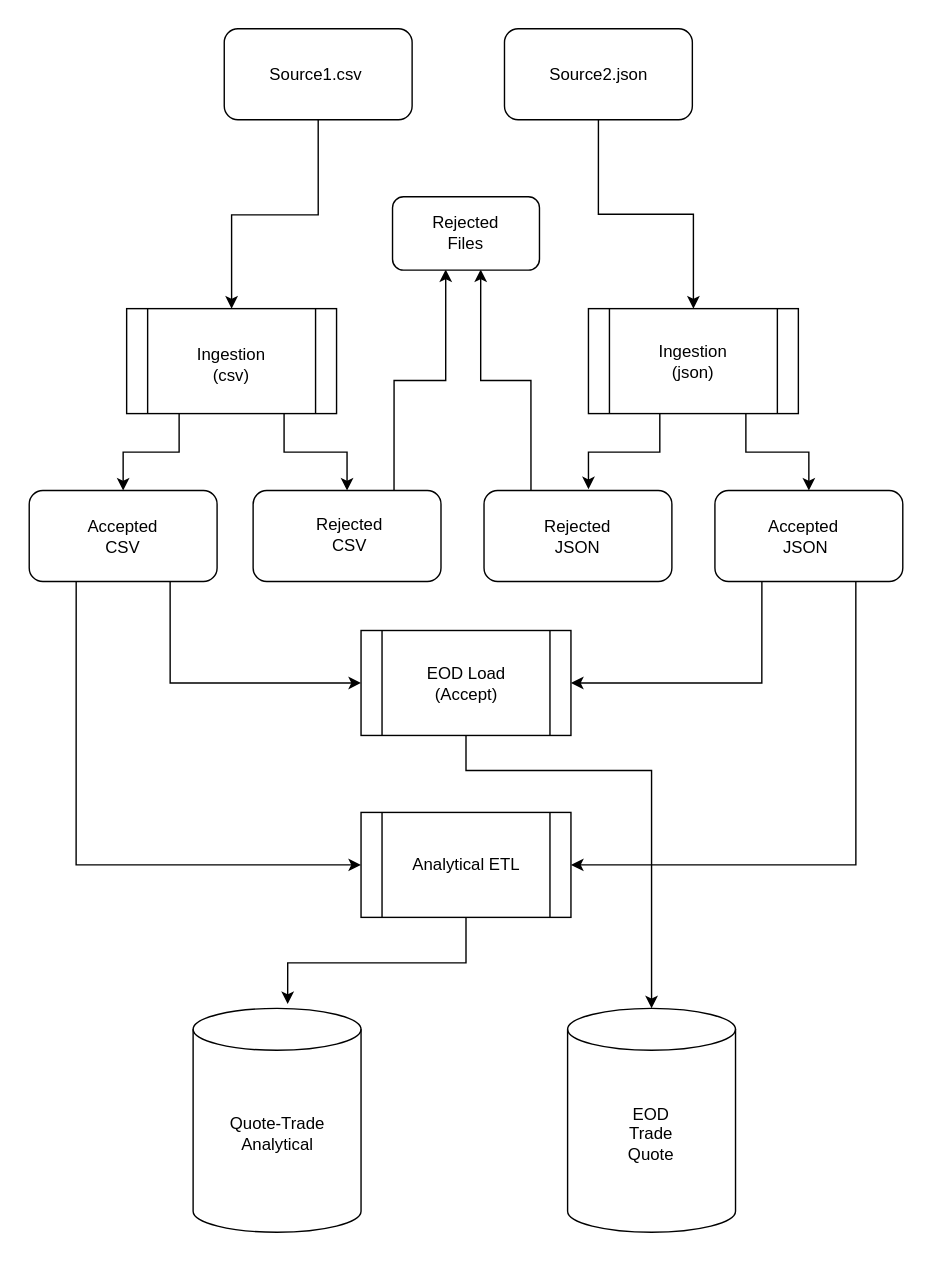
Earlier version of the draw.io export diagrams/architecture/spring_capital_arch_flow.svg (jwittbold/spring_capital). Source tidied: cells renumbered, new cells last; positions are measured from the earlier drawing's top-left corner, leaving out a move shared by most shapes. Source of this version:
```xml
<mxGraphModel>
  <root>
    <mxCell id="0" />
    <mxCell id="1" parent="0" />
    <mxCell id="2" style="edgeStyle=orthogonalEdgeStyle;rounded=0;jettySize=auto;html=1;exitX=0.5;exitY=1;exitDx=0;exitDy=0;entryX=0.563;entryY=-0.019;entryDx=0;entryDy=0;entryPerimeter=0;" parent="1" edge="1" source="3" target="13">
      <mxGeometry relative="1" as="geometry" />
    </mxCell>
    <mxCell id="3" style="shape=process;whiteSpace=wrap;html=1;backgroundOutline=1;" parent="1" vertex="1">
      <mxGeometry x="237.5" y="560" width="150" height="75" as="geometry" />
    </mxCell>
    <mxCell id="4" style="edgeStyle=orthogonalEdgeStyle;rounded=0;jettySize=auto;html=1;exitX=0.5;exitY=1;exitDx=0;exitDy=0;entryX=0.5;entryY=0;entryDx=0;entryDy=0;entryPerimeter=0;" parent="1" edge="1" source="5" target="12">
      <mxGeometry relative="1" as="geometry">
        <Array as="points">
          <mxPoint x="313" y="530" />
          <mxPoint x="445" y="530" />
        </Array>
      </mxGeometry>
    </mxCell>
    <mxCell id="5" style="shape=process;whiteSpace=wrap;html=1;backgroundOutline=1;" parent="1" vertex="1">
      <mxGeometry x="237.5" y="430" width="150" height="75" as="geometry" />
    </mxCell>
    <mxCell id="6" style="edgeStyle=orthogonalEdgeStyle;rounded=0;jettySize=auto;html=1;exitX=0.25;exitY=1;exitDx=0;exitDy=0;entryX=0.5;entryY=0;entryDx=0;entryDy=0;" parent="1" edge="1" source="8" target="20">
      <mxGeometry relative="1" as="geometry" />
    </mxCell>
    <mxCell id="7" style="edgeStyle=orthogonalEdgeStyle;rounded=0;jettySize=auto;html=1;exitX=0.75;exitY=1;exitDx=0;exitDy=0;entryX=0.5;entryY=0;entryDx=0;entryDy=0;" parent="1" edge="1" source="8" target="23">
      <mxGeometry relative="1" as="geometry" />
    </mxCell>
    <mxCell id="8" style="shape=process;whiteSpace=wrap;html=1;backgroundOutline=1;" parent="1" vertex="1">
      <mxGeometry x="70" y="200" width="150" height="75" as="geometry" />
    </mxCell>
    <mxCell id="9" style="edgeStyle=orthogonalEdgeStyle;rounded=0;jettySize=auto;html=1;exitX=0.34;exitY=1;exitDx=0;exitDy=0;entryX=0.556;entryY=-0.015;entryDx=0;entryDy=0;exitPerimeter=0;entryPerimeter=0;" parent="1" edge="1" source="11" target="30">
      <mxGeometry relative="1" as="geometry" />
    </mxCell>
    <mxCell id="10" style="edgeStyle=orthogonalEdgeStyle;rounded=0;jettySize=auto;html=1;exitX=0.75;exitY=1;exitDx=0;exitDy=0;entryX=0.5;entryY=0;entryDx=0;entryDy=0;" parent="1" edge="1" source="11" target="27">
      <mxGeometry relative="1" as="geometry" />
    </mxCell>
    <mxCell id="11" style="shape=process;whiteSpace=wrap;html=1;backgroundOutline=1;" parent="1" vertex="1">
      <mxGeometry x="400" y="200" width="150" height="75" as="geometry" />
    </mxCell>
    <mxCell id="12" style="shape=cylinder3;whiteSpace=wrap;html=1;boundedLbl=1;backgroundOutline=1;size=15;" parent="1" vertex="1">
      <mxGeometry x="385.1" y="700" width="120" height="160" as="geometry" />
    </mxCell>
    <mxCell id="13" style="shape=cylinder3;whiteSpace=wrap;html=1;boundedLbl=1;backgroundOutline=1;size=15;" parent="1" vertex="1">
      <mxGeometry x="117.5" y="700" width="120" height="160" as="geometry" />
    </mxCell>
    <mxCell id="14" value="Analytical ETL" style="text;html=1;strokeColor=none;fillColor=none;align=center;verticalAlign=middle;whiteSpace=wrap;rounded=0;" parent="1" vertex="1">
      <mxGeometry x="252.5" y="568" width="120" height="60" as="geometry" />
    </mxCell>
    <mxCell id="15" value="EOD Load&lt;br&gt;(Accept)" style="text;html=1;strokeColor=none;fillColor=none;align=center;verticalAlign=middle;whiteSpace=wrap;rounded=0;" parent="1" vertex="1">
      <mxGeometry x="252.5" y="437.5" width="120" height="60" as="geometry" />
    </mxCell>
    <mxCell id="16" value="Ingestion&lt;br&gt;(csv)" style="text;html=1;strokeColor=none;fillColor=none;align=center;verticalAlign=middle;whiteSpace=wrap;rounded=0;" parent="1" vertex="1">
      <mxGeometry x="85" y="210" width="120" height="60" as="geometry" />
    </mxCell>
    <mxCell id="17" value="Ingestion&lt;br&gt;(json)" style="text;html=1;strokeColor=none;fillColor=none;align=center;verticalAlign=middle;whiteSpace=wrap;rounded=0;" parent="1" vertex="1">
      <mxGeometry x="415" y="207.5" width="120" height="60" as="geometry" />
    </mxCell>
    <mxCell id="18" style="edgeStyle=orthogonalEdgeStyle;rounded=0;jettySize=auto;html=1;exitX=0.25;exitY=1;exitDx=0;exitDy=0;entryX=0;entryY=0.5;entryDx=0;entryDy=0;" parent="1" edge="1" source="20" target="3">
      <mxGeometry relative="1" as="geometry" />
    </mxCell>
    <mxCell id="19" style="edgeStyle=orthogonalEdgeStyle;rounded=0;jettySize=auto;html=1;exitX=0.75;exitY=1;exitDx=0;exitDy=0;entryX=0;entryY=0.5;entryDx=0;entryDy=0;" parent="1" edge="1" source="20" target="5">
      <mxGeometry relative="1" as="geometry" />
    </mxCell>
    <mxCell id="20" style="rounded=1;whiteSpace=wrap;html=1;" parent="1" vertex="1">
      <mxGeometry x="0.4" y="330" width="134.2" height="65" as="geometry" />
    </mxCell>
    <mxCell id="21" value="Accepted&lt;br&gt;CSV" style="text;html=1;strokeColor=none;fillColor=none;align=center;verticalAlign=middle;whiteSpace=wrap;rounded=0;" parent="1" vertex="1">
      <mxGeometry x="17" y="337.2" width="101" height="50.5" as="geometry" />
    </mxCell>
    <mxCell id="22" style="edgeStyle=orthogonalEdgeStyle;rounded=0;jettySize=auto;html=1;exitX=0.75;exitY=0;exitDx=0;exitDy=0;entryX=0.362;entryY=0.99;entryDx=0;entryDy=0;entryPerimeter=0;" parent="1" edge="1" source="23" target="33">
      <mxGeometry relative="1" as="geometry" />
    </mxCell>
    <mxCell id="23" style="rounded=1;whiteSpace=wrap;html=1;" parent="1" vertex="1">
      <mxGeometry x="160.4" y="330" width="134.2" height="65" as="geometry" />
    </mxCell>
    <mxCell id="24" value="Rejected&lt;br&gt;CSV" style="text;html=1;strokeColor=none;fillColor=none;align=center;verticalAlign=middle;whiteSpace=wrap;rounded=0;" parent="1" vertex="1">
      <mxGeometry x="179" y="337" width="101" height="50.5" as="geometry" />
    </mxCell>
    <mxCell id="25" style="edgeStyle=orthogonalEdgeStyle;rounded=0;jettySize=auto;html=1;exitX=0.75;exitY=1;exitDx=0;exitDy=0;entryX=1;entryY=0.5;entryDx=0;entryDy=0;" parent="1" edge="1" source="27" target="3">
      <mxGeometry relative="1" as="geometry" />
    </mxCell>
    <mxCell id="26" style="edgeStyle=orthogonalEdgeStyle;rounded=0;jettySize=auto;html=1;exitX=0.25;exitY=1;exitDx=0;exitDy=0;entryX=1;entryY=0.5;entryDx=0;entryDy=0;" parent="1" edge="1" source="27" target="5">
      <mxGeometry relative="1" as="geometry">
        <Array as="points">
          <mxPoint x="524" y="468" />
        </Array>
      </mxGeometry>
    </mxCell>
    <mxCell id="27" style="rounded=1;whiteSpace=wrap;html=1;" parent="1" vertex="1">
      <mxGeometry x="490.4" y="330" width="134.2" height="65" as="geometry" />
    </mxCell>
    <mxCell id="28" value="Accepted&amp;nbsp;&lt;br&gt;JSON" style="text;html=1;strokeColor=none;fillColor=none;align=center;verticalAlign=middle;whiteSpace=wrap;rounded=0;" parent="1" vertex="1">
      <mxGeometry x="505.5" y="337.2" width="101" height="50.5" as="geometry" />
    </mxCell>
    <mxCell id="29" style="edgeStyle=orthogonalEdgeStyle;rounded=0;jettySize=auto;html=1;exitX=0.25;exitY=0;exitDx=0;exitDy=0;entryX=0.6;entryY=0.99;entryDx=0;entryDy=0;entryPerimeter=0;" parent="1" edge="1" source="30" target="33">
      <mxGeometry relative="1" as="geometry" />
    </mxCell>
    <mxCell id="30" style="rounded=1;whiteSpace=wrap;html=1;" parent="1" vertex="1">
      <mxGeometry x="325.4" y="330" width="134.2" height="65" as="geometry" />
    </mxCell>
    <mxCell id="31" value="Rejected&lt;br&gt;JSON" style="text;html=1;strokeColor=none;fillColor=none;align=center;verticalAlign=middle;whiteSpace=wrap;rounded=0;" parent="1" vertex="1">
      <mxGeometry x="342" y="337.2" width="101" height="50.5" as="geometry" />
    </mxCell>
    <mxCell id="32" style="group;" parent="1" vertex="1">
      <mxGeometry x="260" y="120" width="105" height="52.5" as="geometry" />
    </mxCell>
    <mxCell id="33" style="rounded=1;whiteSpace=wrap;html=1;" parent="32" vertex="1">
      <mxGeometry width="105" height="52.5" as="geometry" />
    </mxCell>
    <mxCell id="34" value="Rejected&lt;br&gt;Files" style="text;html=1;strokeColor=none;fillColor=none;align=center;verticalAlign=middle;whiteSpace=wrap;rounded=0;" parent="32" vertex="1">
      <mxGeometry x="10.3" y="5.1" width="84.5" height="42.2" as="geometry" />
    </mxCell>
    <mxCell id="35" value="EOD&lt;br&gt;Trade&lt;br&gt;Quote" style="text;html=1;strokeColor=none;fillColor=none;align=center;verticalAlign=middle;whiteSpace=wrap;rounded=0;" parent="1" vertex="1">
      <mxGeometry x="385.1" y="760" width="120" height="60" as="geometry" />
    </mxCell>
    <mxCell id="36" value="Quote-Trade&lt;br&gt;Analytical" style="text;html=1;strokeColor=none;fillColor=none;align=center;verticalAlign=middle;whiteSpace=wrap;rounded=0;" parent="1" vertex="1">
      <mxGeometry x="117.5" y="760" width="120" height="60" as="geometry" />
    </mxCell>
    <mxCell id="37" style="edgeStyle=orthogonalEdgeStyle;rounded=0;jettySize=auto;html=1;exitX=0.5;exitY=1;exitDx=0;exitDy=0;entryX=0.5;entryY=0;entryDx=0;entryDy=0;" parent="1" edge="1" source="38" target="11">
      <mxGeometry relative="1" as="geometry" />
    </mxCell>
    <mxCell id="38" style="rounded=1;whiteSpace=wrap;html=1;" parent="1" vertex="1">
      <mxGeometry x="340" width="134.2" height="65" as="geometry" />
    </mxCell>
    <mxCell id="39" value="Source2.json" style="text;html=1;strokeColor=none;fillColor=none;align=center;verticalAlign=middle;whiteSpace=wrap;rounded=0;" parent="1" vertex="1">
      <mxGeometry x="356.6" y="7.2" width="101" height="50.5" as="geometry" />
    </mxCell>
    <mxCell id="40" style="edgeStyle=orthogonalEdgeStyle;rounded=0;jettySize=auto;html=1;exitX=0.5;exitY=1;exitDx=0;exitDy=0;" parent="1" edge="1" source="41" target="8">
      <mxGeometry relative="1" as="geometry">
        <Array as="points">
          <mxPoint x="207" y="133" />
          <mxPoint x="145" y="133" />
        </Array>
      </mxGeometry>
    </mxCell>
    <mxCell id="41" style="rounded=1;whiteSpace=wrap;html=1;" parent="1" vertex="1">
      <mxGeometry x="139.8" width="134.2" height="65" as="geometry" />
    </mxCell>
    <mxCell id="42" value="Source1.csv" style="text;html=1;strokeColor=none;fillColor=none;align=center;verticalAlign=middle;whiteSpace=wrap;rounded=0;" parent="1" vertex="1">
      <mxGeometry x="155.4" y="7.2" width="101" height="50.5" as="geometry" />
    </mxCell>
  </root>
</mxGraphModel>
```
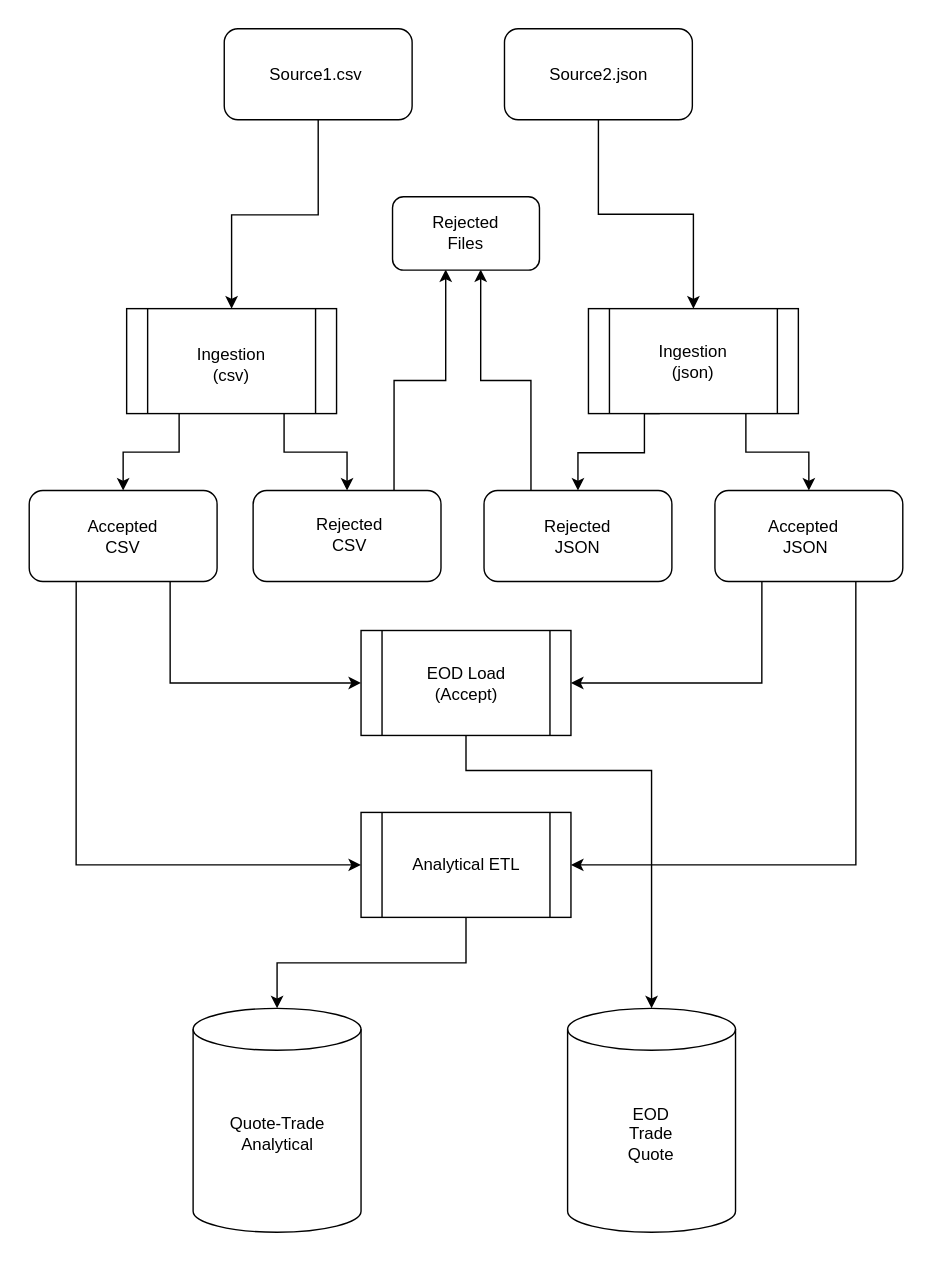
Above is the later version.

Commit message:
architecture diagram

What changed in the source:
```diff
@@ -2,7 +2,7 @@
   <root>
     <mxCell id="0" />
     <mxCell id="1" parent="0" />
-    <mxCell id="2" style="edgeStyle=orthogonalEdgeStyle;rounded=0;jettySize=auto;html=1;exitX=0.5;exitY=1;exitDx=0;exitDy=0;entryX=0.563;entryY=-0.019;entryDx=0;entryDy=0;entryPerimeter=0;" parent="1" edge="1" source="3" target="13">
+    <mxCell id="2" style="edgeStyle=orthogonalEdgeStyle;rounded=0;jettySize=auto;html=1;exitX=0.5;exitY=1;exitDx=0;exitDy=0;entryX=0.5;entryY=0;entryDx=0;entryDy=0;entryPerimeter=0;" parent="1" edge="1" source="3" target="13">
       <mxGeometry relative="1" as="geometry" />
     </mxCell>
     <mxCell id="3" style="shape=process;whiteSpace=wrap;html=1;backgroundOutline=1;" parent="1" vertex="1">
@@ -28,8 +28,14 @@
     <mxCell id="8" style="shape=process;whiteSpace=wrap;html=1;backgroundOutline=1;" parent="1" vertex="1">
       <mxGeometry x="70" y="200" width="150" height="75" as="geometry" />
     </mxCell>
-    <mxCell id="9" style="edgeStyle=orthogonalEdgeStyle;rounded=0;jettySize=auto;html=1;exitX=0.34;exitY=1;exitDx=0;exitDy=0;entryX=0.556;entryY=-0.015;entryDx=0;entryDy=0;exitPerimeter=0;entryPerimeter=0;" parent="1" edge="1" source="11" target="30">
-      <mxGeometry relative="1" as="geometry" />
+    <mxCell id="9" style="edgeStyle=orthogonalEdgeStyle;rounded=0;jettySize=auto;html=1;exitX=0.34;exitY=1;exitDx=0;exitDy=0;entryX=0.5;entryY=0;entryDx=0;entryDy=0;exitPerimeter=0;" parent="1" edge="1" source="11" target="30">
+      <mxGeometry relative="1" as="geometry">
+        <Array as="points">
+          <mxPoint x="440" y="275" />
+          <mxPoint x="440" y="303" />
+          <mxPoint x="393" y="303" />
+        </Array>
+      </mxGeometry>
     </mxCell>
     <mxCell id="10" style="edgeStyle=orthogonalEdgeStyle;rounded=0;jettySize=auto;html=1;exitX=0.75;exitY=1;exitDx=0;exitDy=0;entryX=0.5;entryY=0;entryDx=0;entryDy=0;" parent="1" edge="1" source="11" target="27">
       <mxGeometry relative="1" as="geometry" />
```
